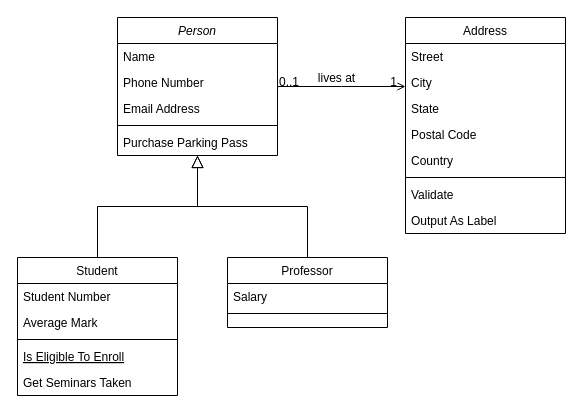
Earlier version of the draw.io diagram blog/blog/第一张绘图.drawio (huodedaima/blog). Source tidied: cells renumbered, new cells numbered last; positions are measured from the earlier drawing's top-left corner, leaving out a move shared by most shapes. Both pictures are drawn from the tidied source at 100%, with x=0, y=0 at pixel (17, 17).
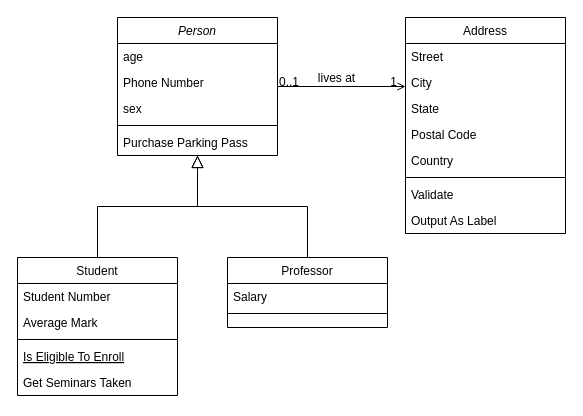
The same diagram, later.

Commit message:
更新第一张绘图.drawio

The change refers to these unchanged cells:
```xml
<mxCell id="2" value="Person" style="swimlane;fontStyle=2;align=center;verticalAlign=top;horizontal=1;startSize=26;rounded=0;shadow=0;strokeWidth=1;" parent="1" vertex="1">
  <mxGeometry x="100" width="160" height="138" as="geometry" />
</mxCell>
```

The edit, as a diff of the source:
```diff
@@
-    <mxCell id="3" value="Name" style="text;align=left;verticalAlign=top;spacingLeft=4;spacingRight=4;overflow=hidden;" parent="2" vertex="1">
+    <mxCell id="3" value="age &#10;" style="text;align=left;verticalAlign=top;spacingLeft=4;spacingRight=4;overflow=hidden;" parent="2" vertex="1">
       <mxGeometry y="26" width="160" height="26" as="geometry" />
     </mxCell>
@@
-    <mxCell id="5" value="Email Address" style="text;align=left;verticalAlign=top;spacingLeft=4;spacingRight=4;overflow=hidden;rounded=0;shadow=0;html=0;" parent="2" vertex="1">
+    <mxCell id="5" value="sex" style="text;align=left;verticalAlign=top;spacingLeft=4;spacingRight=4;overflow=hidden;rounded=0;shadow=0;html=0;" parent="2" vertex="1">
       <mxGeometry y="78" width="160" height="26" as="geometry" />
     </mxCell>
```
